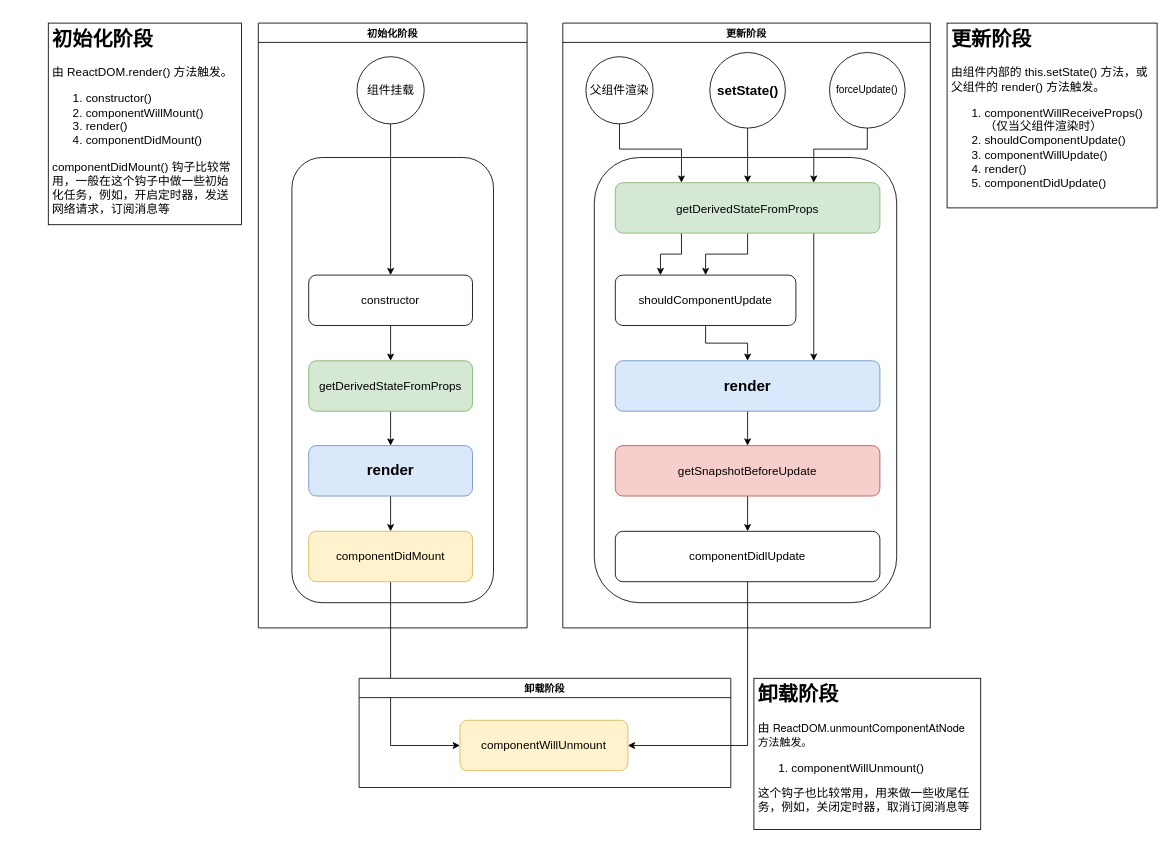
Before: 12-组件的生命周期/新版（v18）生命周期.drawio in xunmao/react, a draw.io diagram. Source tidied: cells renumbered, new cells numbered last; positions are measured from the earlier drawing's top-left corner, leaving out a move shared by most shapes. Both pictures are drawn from the tidied source at 84%, with x=0, y=0 at pixel (48, 23).
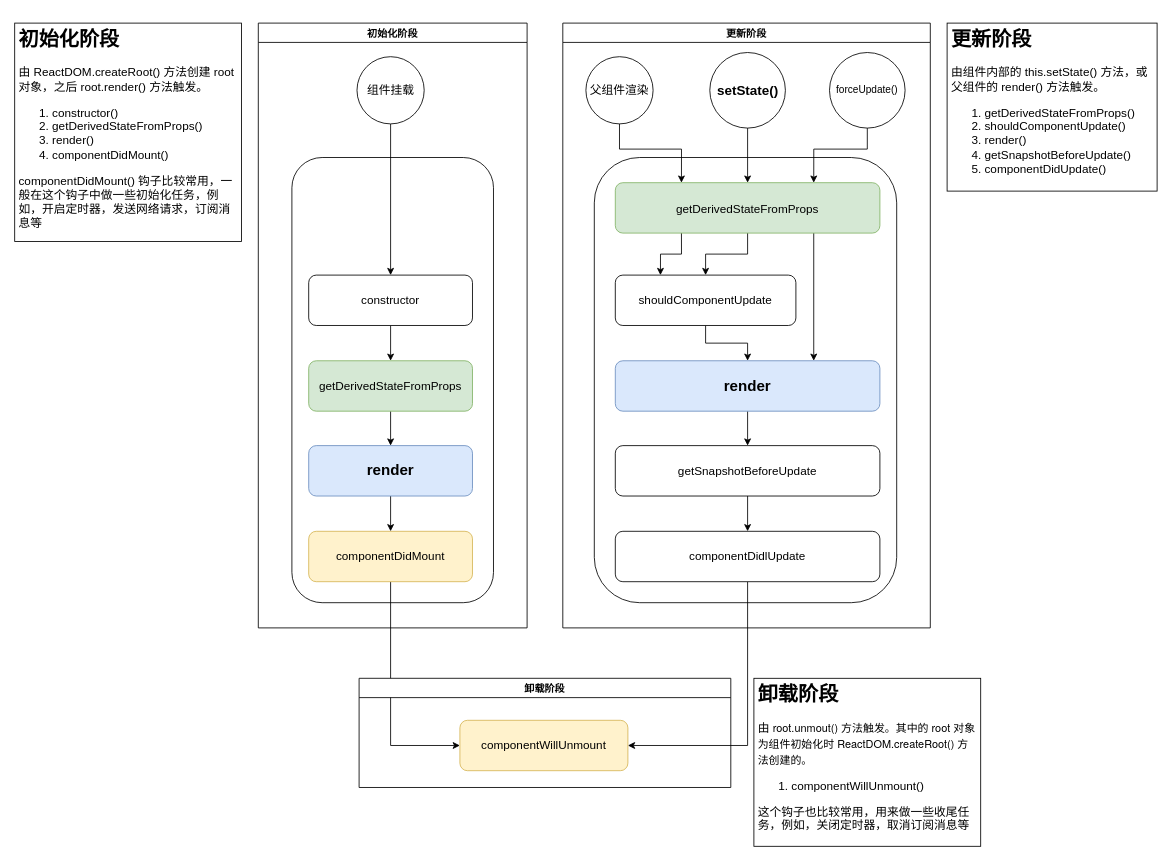
The same page after the edit.

The edit, as a diff of the source:
```diff
@@
-    <mxCell id="22" value="getSnapshotBeforeUpdate" style="rounded=1;whiteSpace=wrap;html=1;fontSize=14;fontStyle=0;fillColor=#f8cecc;strokeColor=#b85450;" parent="1" vertex="1">
+    <mxCell id="22" value="getSnapshotBeforeUpdate" style="rounded=1;whiteSpace=wrap;html=1;fontSize=14;fontStyle=0;" parent="1" vertex="1">
       <mxGeometry x="675" y="503" width="315" height="60" as="geometry" />
     </mxCell>
@@
-    <mxCell id="33" value="&lt;h1&gt;初始化阶段&lt;/h1&gt;&lt;p style=&quot;font-size: 14px;&quot;&gt;&lt;font style=&quot;font-size: 14px;&quot;&gt;由 ReactDOM.render() 方法触发。&lt;/font&gt;&lt;/p&gt;&lt;p style=&quot;font-size: 14px;&quot;&gt;&lt;/p&gt;&lt;ol style=&quot;font-size: 14px;&quot;&gt;&lt;li style=&quot;&quot;&gt;&lt;font style=&quot;font-size: 14px;&quot;&gt;constructor()&lt;/font&gt;&lt;/li&gt;&lt;li style=&quot;&quot;&gt;&lt;font style=&quot;font-size: 14px;&quot;&gt;componentWillMount()&lt;/font&gt;&lt;/li&gt;&lt;li style=&quot;&quot;&gt;&lt;font style=&quot;font-size: 14px;&quot;&gt;render()&lt;/font&gt;&lt;/li&gt;&lt;li style=&quot;&quot;&gt;&lt;font style=&quot;font-size: 14px;&quot;&gt;componentDidMount()&lt;/font&gt;&lt;/li&gt;&lt;/ol&gt;&lt;span style=&quot;font-size: 14px;&quot;&gt;componentDidMount() 钩子比较常用，一般在这个钩子中做一些初始化任务，例如，开启定时器，发送网络请求，订阅消息等&lt;/span&gt;&lt;p&gt;&lt;/p&gt;" style="text;html=1;strokeColor=default;fillColor=none;spacing=5;spacingTop=-20;whiteSpace=wrap;overflow=hidden;rounded=0;" parent="1" vertex="1">
-      <mxGeometry width="230" height="240" as="geometry" />
+    <mxCell id="33" value="&lt;h1&gt;初始化阶段&lt;/h1&gt;&lt;p style=&quot;font-size: 14px;&quot;&gt;&lt;font style=&quot;font-size: 14px;&quot;&gt;由 ReactDOM.createRoot() 方法创建 root 对象，之后 root.render() 方法触发。&lt;/font&gt;&lt;/p&gt;&lt;p style=&quot;font-size: 14px;&quot;&gt;&lt;/p&gt;&lt;ol style=&quot;font-size: 14px;&quot;&gt;&lt;li style=&quot;&quot;&gt;&lt;font style=&quot;font-size: 14px;&quot;&gt;constructor()&lt;/font&gt;&lt;/li&gt;&lt;li style=&quot;&quot;&gt;&lt;font style=&quot;font-size: 14px;&quot;&gt;getDerivedStateFromProps()&lt;/font&gt;&lt;/li&gt;&lt;li style=&quot;&quot;&gt;&lt;font style=&quot;font-size: 14px;&quot;&gt;render()&lt;/font&gt;&lt;/li&gt;&lt;li style=&quot;&quot;&gt;&lt;font style=&quot;font-size: 14px;&quot;&gt;componentDidMount()&lt;/font&gt;&lt;/li&gt;&lt;/ol&gt;&lt;span style=&quot;font-size: 14px;&quot;&gt;componentDidMount() 钩子比较常用，一般在这个钩子中做一些初始化任务，例如，开启定时器，发送网络请求，订阅消息等&lt;/span&gt;&lt;p&gt;&lt;/p&gt;" style="text;html=1;strokeColor=default;fillColor=none;spacing=5;spacingTop=-20;whiteSpace=wrap;overflow=hidden;rounded=0;" parent="1" vertex="1">
+      <mxGeometry x="-40" width="270" height="260" as="geometry" />
     </mxCell>
-    <mxCell id="34" value="&lt;h1&gt;更新阶段&lt;/h1&gt;&lt;p style=&quot;font-size: 14px;&quot;&gt;&lt;font style=&quot;font-size: 14px;&quot;&gt;由组件内部的 this.setState() 方法，或父组件的 render() 方法触发。&lt;/font&gt;&lt;/p&gt;&lt;p style=&quot;font-size: 14px;&quot;&gt;&lt;/p&gt;&lt;ol style=&quot;font-size: 14px;&quot;&gt;&lt;li style=&quot;&quot;&gt;&lt;font style=&quot;font-size: 14px;&quot;&gt;componentWillReceiveProps() （仅当父组件渲染时）&lt;/font&gt;&lt;/li&gt;&lt;li style=&quot;&quot;&gt;&lt;font style=&quot;font-size: 14px;&quot;&gt;shouldComponentUpdate()&lt;/font&gt;&lt;/li&gt;&lt;li style=&quot;&quot;&gt;&lt;font style=&quot;font-size: 14px;&quot;&gt;componentWillUpdate()&lt;/font&gt;&lt;/li&gt;&lt;li style=&quot;&quot;&gt;&lt;font style=&quot;font-size: 14px;&quot;&gt;render()&lt;/font&gt;&lt;/li&gt;&lt;li style=&quot;&quot;&gt;&lt;font style=&quot;font-size: 14px;&quot;&gt;componentDidUpdate()&lt;/font&gt;&lt;/li&gt;&lt;/ol&gt;&lt;p&gt;&lt;/p&gt;" style="text;html=1;strokeColor=default;fillColor=none;spacing=5;spacingTop=-20;whiteSpace=wrap;overflow=hidden;rounded=0;" parent="1" vertex="1">
-      <mxGeometry x="1070" width="250" height="220" as="geometry" />
+    <mxCell id="34" value="&lt;h1&gt;更新阶段&lt;/h1&gt;&lt;p style=&quot;font-size: 14px;&quot;&gt;&lt;font style=&quot;font-size: 14px;&quot;&gt;由组件内部的 this.setState() 方法，或父组件的 render() 方法触发。&lt;/font&gt;&lt;/p&gt;&lt;p style=&quot;font-size: 14px;&quot;&gt;&lt;/p&gt;&lt;ol style=&quot;font-size: 14px;&quot;&gt;&lt;li style=&quot;&quot;&gt;&lt;font style=&quot;font-size: 14px;&quot;&gt;getDerivedStateFromProps()&amp;nbsp;&lt;/font&gt;&lt;/li&gt;&lt;li style=&quot;&quot;&gt;&lt;font style=&quot;font-size: 14px;&quot;&gt;shouldComponentUpdate()&lt;/font&gt;&lt;/li&gt;&lt;li style=&quot;&quot;&gt;&lt;span style=&quot;background-color: initial;&quot;&gt;render()&lt;/span&gt;&lt;br&gt;&lt;/li&gt;&lt;li style=&quot;&quot;&gt;&lt;font style=&quot;font-size: 14px;&quot;&gt;getSnapshotBeforeUpdate()&lt;/font&gt;&lt;/li&gt;&lt;li style=&quot;&quot;&gt;&lt;font style=&quot;font-size: 14px;&quot;&gt;componentDidUpdate()&lt;/font&gt;&lt;/li&gt;&lt;/ol&gt;&lt;p&gt;&lt;/p&gt;" style="text;html=1;strokeColor=default;fillColor=none;spacing=5;spacingTop=-20;whiteSpace=wrap;overflow=hidden;rounded=0;" parent="1" vertex="1">
+      <mxGeometry x="1070" width="250" height="200" as="geometry" />
     </mxCell>
-    <mxCell id="35" value="&lt;h1&gt;卸载阶段&lt;/h1&gt;&lt;p style=&quot;font-size: 14px;&quot;&gt;&lt;font style=&quot;font-size: 14px;&quot;&gt;由&amp;nbsp;&lt;/font&gt;&lt;span style=&quot;font-family: &amp;quot;Helvetica Neue&amp;quot;; font-size: 13px; background-color: initial;&quot;&gt;ReactDOM.unmountComponentAtNode 方法触发。&lt;/span&gt;&lt;/p&gt;&lt;p style=&quot;font-size: 14px;&quot;&gt;&lt;/p&gt;&lt;ol style=&quot;font-size: 14px;&quot;&gt;&lt;li style=&quot;&quot;&gt;&lt;font style=&quot;font-size: 14px;&quot;&gt;componentWillUnmount()&lt;/font&gt;&lt;/li&gt;&lt;/ol&gt;&lt;div&gt;&lt;span style=&quot;font-size: 14px;&quot;&gt;这个钩子也比较常用，用来做一些收尾任务，例如，关闭定时器，取消订阅消息等&lt;/span&gt;&lt;/div&gt;&lt;p&gt;&lt;/p&gt;" style="text;html=1;strokeColor=default;fillColor=none;spacing=5;spacingTop=-20;whiteSpace=wrap;overflow=hidden;rounded=0;" parent="1" vertex="1">
-      <mxGeometry x="840" y="780" width="270" height="180" as="geometry" />
+    <mxCell id="35" value="&lt;h1&gt;卸载阶段&lt;/h1&gt;&lt;p style=&quot;font-size: 14px;&quot;&gt;&lt;font style=&quot;font-size: 14px;&quot;&gt;由&amp;nbsp;&lt;/font&gt;&lt;span style=&quot;font-family: &amp;quot;Helvetica Neue&amp;quot;; font-size: 13px; background-color: initial;&quot;&gt;root.unmout() 方法触发。其中的 root 对象为组件初始化时&amp;nbsp;&lt;/span&gt;&lt;span style=&quot;font-family: &amp;quot;Helvetica Neue&amp;quot;; font-size: 13px; background-color: initial;&quot;&gt;ReactDOM.createRoot() &lt;/span&gt;&lt;span style=&quot;font-size: 13px; background-color: initial; font-variant-numeric: normal; font-variant-east-asian: normal; font-stretch: normal; line-height: normal; font-family: &amp;quot;PingFang SC&amp;quot;;&quot; class=&quot;s1&quot;&gt;方法创建的。&lt;/span&gt;&lt;/p&gt;&lt;p style=&quot;font-size: 14px;&quot;&gt;&lt;/p&gt;&lt;ol style=&quot;font-size: 14px;&quot;&gt;&lt;li style=&quot;&quot;&gt;&lt;font style=&quot;font-size: 14px;&quot;&gt;componentWillUnmount()&lt;/font&gt;&lt;/li&gt;&lt;/ol&gt;&lt;div&gt;&lt;span style=&quot;font-size: 14px;&quot;&gt;这个钩子也比较常用，用来做一些收尾任务，例如，关闭定时器，取消订阅消息等&lt;/span&gt;&lt;/div&gt;&lt;p&gt;&lt;/p&gt;" style="text;html=1;strokeColor=default;fillColor=none;spacing=5;spacingTop=-20;whiteSpace=wrap;overflow=hidden;rounded=0;" parent="1" vertex="1">
+      <mxGeometry x="840" y="780" width="270" height="200" as="geometry" />
     </mxCell>
```
